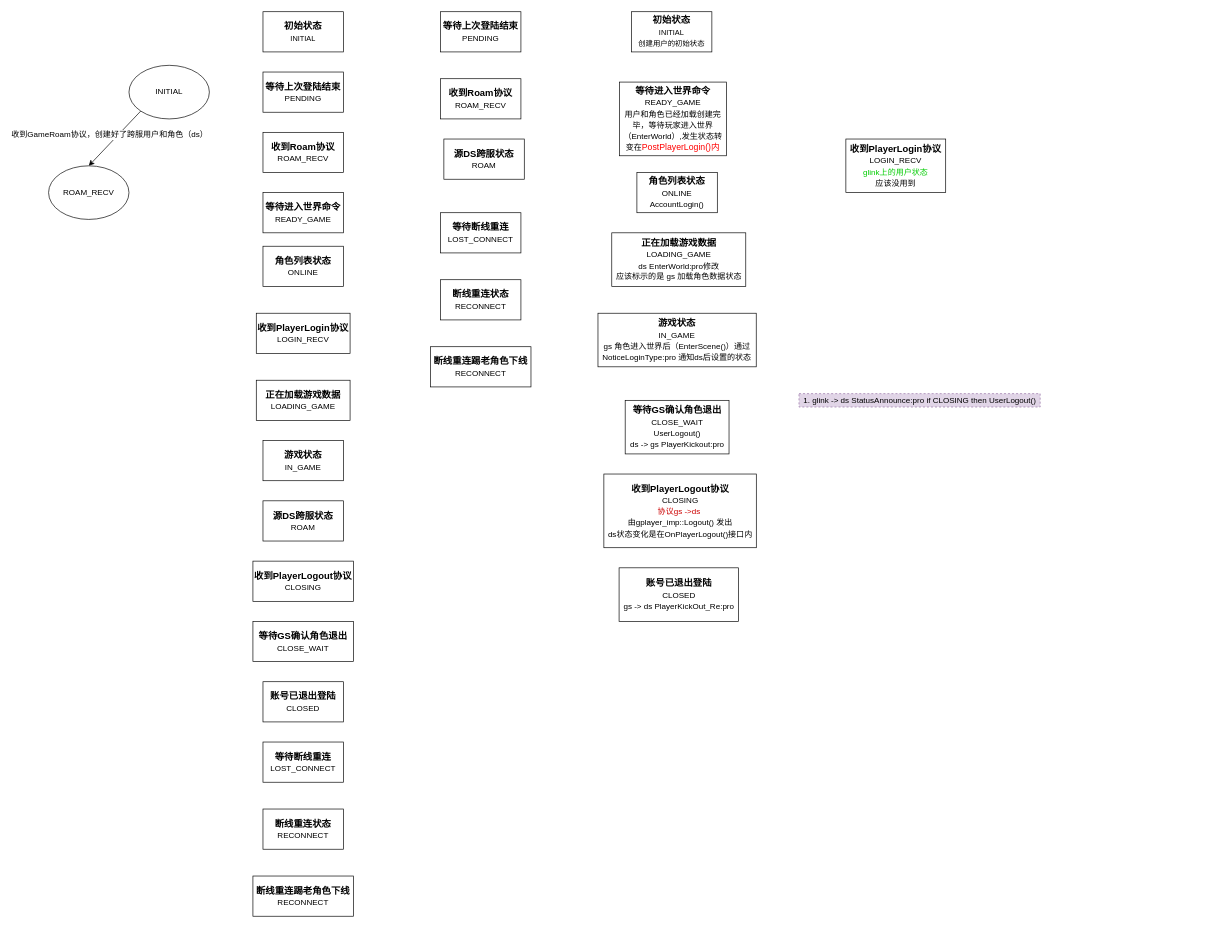
This is page "用户状态机" (11 of 13) of i-server.drawio from hsoul/lqua, a draw.io file, before an edit. Source tidied: cells renumbered, new cells numbered last; positions are measured from the earlier drawing's top-left corner, leaving out a move shared by most shapes. Both pictures are drawn from the tidied source at 67%, with x=0, y=0 at pixel (48, 11).
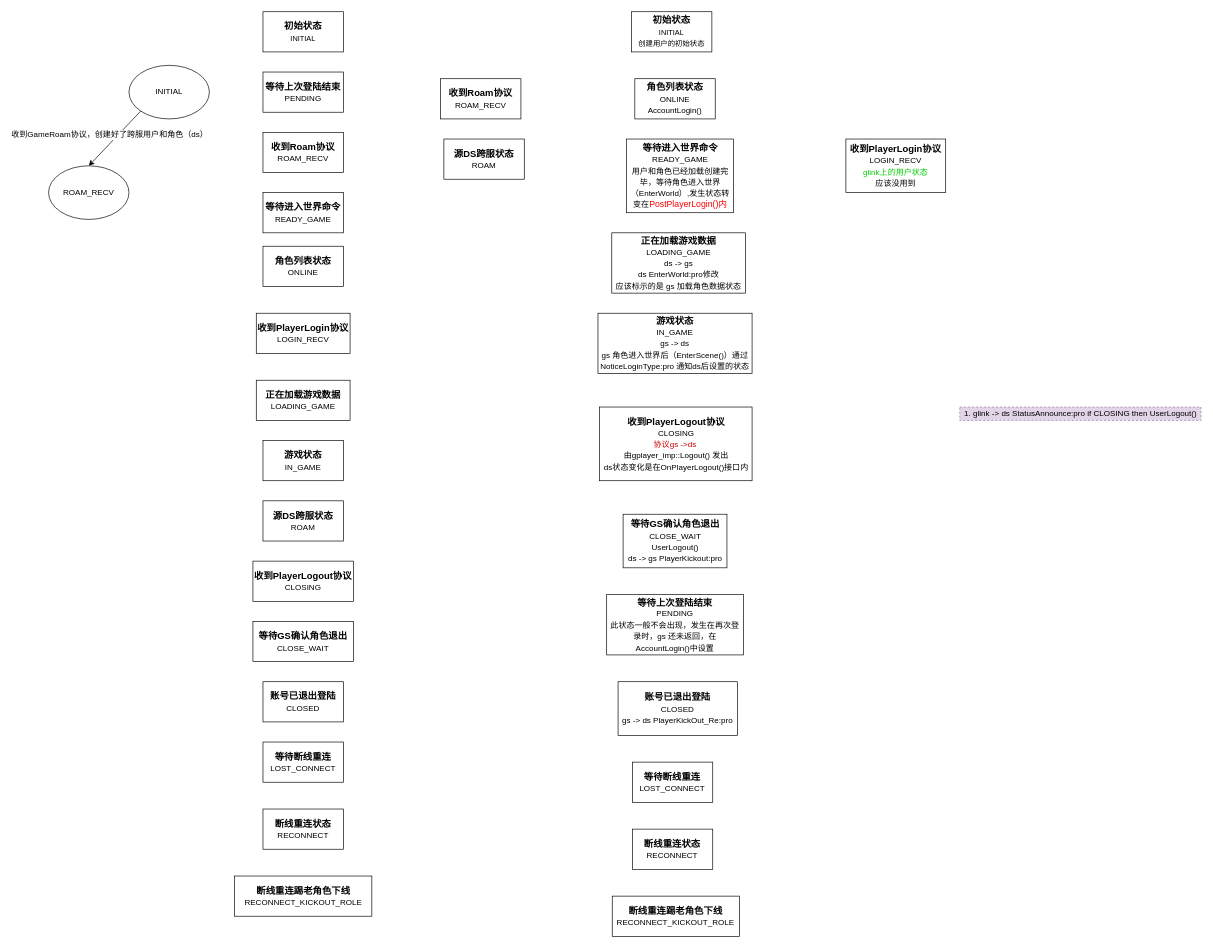
Above is the later version.

What changed in the source:
```diff
@@
-    <mxCell id="16" value="断线重连踢老角色下线&lt;br&gt;&lt;font style=&quot;font-size: 12px ; font-weight: normal&quot;&gt;RECONNECT&lt;/font&gt;" style="rounded=0;whiteSpace=wrap;html=1;sketch=0;fontSize=14;fontStyle=1;" parent="1" vertex="1">
-      <mxGeometry x="305" y="1290" width="150" height="60" as="geometry" />
+    <mxCell id="16" value="断线重连踢老角色下线&lt;br&gt;&lt;font style=&quot;font-size: 12px ; font-weight: normal&quot;&gt;RECONNECT_KICKOUT_ROLE&lt;/font&gt;" style="rounded=0;whiteSpace=wrap;html=1;sketch=0;fontSize=14;fontStyle=1;" parent="1" vertex="1">
+      <mxGeometry x="277.5" y="1290" width="205" height="60" as="geometry" />
     </mxCell>
     <mxCell id="17" value="1. glink -&amp;gt; ds StatusAnnounce:pro if CLOSING then UserLogout()" style="text;html=1;align=center;verticalAlign=middle;fillColor=#e1d5e7;rounded=0;glass=0;sketch=0;dashed=1;strokeColor=#9673a6;" parent="1" vertex="1">
-      <mxGeometry x="1120" y="570" width="360" height="20" as="geometry" />
+      <mxGeometry x="1360" y="590" width="360" height="20" as="geometry" />
     </mxCell>
@@
-    <mxCell id="23" value="等待上次登陆结束&lt;br&gt;&lt;font style=&quot;font-size: 12px ; font-weight: normal&quot;&gt;PENDING&lt;/font&gt;" style="rounded=0;whiteSpace=wrap;html=1;sketch=0;fontSize=14;fontStyle=1;" parent="1" vertex="1">
-      <mxGeometry x="585" width="120" height="60" as="geometry" />
+    <mxCell id="23" value="等待上次登陆结束&lt;br&gt;&lt;font style=&quot;font-size: 12px ; font-weight: normal&quot;&gt;PENDING&lt;br&gt;此状态一般不会出现，发生在再次登录时，gs 还未返回，在AccountLogin()中设置&lt;br&gt;&lt;/font&gt;" style="rounded=0;whiteSpace=wrap;html=1;sketch=0;fontSize=14;fontStyle=1;" parent="1" vertex="1">
+      <mxGeometry x="833" y="870" width="204.1" height="90" as="geometry" />
     </mxCell>
@@
-    <mxCell id="25" value="等待进入世界命令&lt;br&gt;&lt;font style=&quot;font-size: 12px ; font-weight: normal&quot;&gt;READY_GAME&lt;br&gt;用户和角色已经加载创建完毕，等待玩家进入世界（EnterWorld）,发生状态转变在&lt;span style=&quot;color: rgb(255 , 0 , 0) ; font-size: 13px ; text-align: left ; background-color: rgba(255 , 255 , 255 , 0.01)&quot;&gt;PostPlayerLogin()内&lt;/span&gt;&lt;br&gt;&lt;/font&gt;" style="rounded=0;whiteSpace=wrap;html=1;sketch=0;fontSize=14;fontStyle=1;" parent="1" vertex="1">
-      <mxGeometry x="851.9" y="105" width="160" height="110" as="geometry" />
+    <mxCell id="25" value="等待进入世界命令&lt;br&gt;&lt;font style=&quot;font-size: 12px ; font-weight: normal&quot;&gt;READY_GAME&lt;br&gt;用户和角色已经加载创建完毕，等待角色进入世界（EnterWorld）,发生状态转变在&lt;span style=&quot;color: rgb(255 , 0 , 0) ; font-size: 13px ; text-align: left ; background-color: rgba(255 , 255 , 255 , 0.01)&quot;&gt;PostPlayerLogin()内&lt;/span&gt;&lt;br&gt;&lt;/font&gt;" style="rounded=0;whiteSpace=wrap;html=1;sketch=0;fontSize=14;fontStyle=1;" parent="1" vertex="1">
+      <mxGeometry x="862.5" y="190" width="160" height="110" as="geometry" />
     </mxCell>
     <mxCell id="26" value="角色列表状态&lt;br&gt;&lt;font style=&quot;font-size: 12px ; font-weight: normal&quot;&gt;ONLINE&lt;br&gt;AccountLogin()&lt;br&gt;&lt;/font&gt;" style="rounded=0;whiteSpace=wrap;html=1;sketch=0;fontSize=14;fontStyle=1;" parent="1" vertex="1">
-      <mxGeometry x="878.1" y="240" width="120" height="60" as="geometry" />
+      <mxGeometry x="875" y="100" width="120" height="60" as="geometry" />
     </mxCell>
@@
-    <mxCell id="28" value="正在加载游戏数据&lt;br&gt;&lt;font style=&quot;font-size: 12px ; font-weight: normal&quot;&gt;LOADING_GAME&lt;br&gt;ds EnterWorld:pro修改&lt;br&gt;应该标示的是 gs 加载角色数据状态&lt;br&gt;&lt;/font&gt;" style="rounded=0;whiteSpace=wrap;html=1;sketch=0;fontSize=14;fontStyle=1;" parent="1" vertex="1">
-      <mxGeometry x="840.6" y="330" width="200" height="80" as="geometry" />
+    <mxCell id="28" value="正在加载游戏数据&lt;br&gt;&lt;font style=&quot;font-size: 12px ; font-weight: normal&quot;&gt;LOADING_GAME&lt;br&gt;ds -&amp;gt; gs&lt;br&gt;ds EnterWorld:pro修改&lt;br&gt;应该标示的是 gs 加载角色数据状态&lt;br&gt;&lt;/font&gt;" style="rounded=0;whiteSpace=wrap;html=1;sketch=0;fontSize=14;fontStyle=1;" parent="1" vertex="1">
+      <mxGeometry x="840.6" y="330" width="199.4" height="90" as="geometry" />
     </mxCell>
@@
     <mxCell id="30" value="收到PlayerLogout协议&lt;br&gt;&lt;font style=&quot;font-size: 12px ; font-weight: normal&quot;&gt;CLOSING&lt;br&gt;&lt;font color=&quot;#cc0000&quot;&gt;协议gs -&amp;gt;ds&lt;/font&gt;&amp;nbsp; &lt;br&gt;由gplayer_imp::Logout() 发出&lt;br&gt;ds状态变化是在OnPlayerLogout()接口内&lt;br&gt;&lt;/font&gt;" style="rounded=0;whiteSpace=wrap;html=1;sketch=0;fontSize=14;fontStyle=1;" parent="1" vertex="1">
-      <mxGeometry x="828.8" y="690" width="227.5" height="110" as="geometry" />
+      <mxGeometry x="822.5" y="590" width="227.5" height="110" as="geometry" />
     </mxCell>
     <mxCell id="31" value="等待GS确认角色退出&lt;br&gt;&lt;font style=&quot;font-size: 12px ; font-weight: normal&quot;&gt;CLOSE_WAIT&lt;br&gt;UserLogout()&lt;br&gt;ds -&amp;gt; gs PlayerKickout:pro&lt;br&gt;&lt;/font&gt;" style="rounded=0;whiteSpace=wrap;html=1;sketch=0;fontSize=14;fontStyle=1;" parent="1" vertex="1">
-      <mxGeometry x="860.6" y="580" width="155" height="80" as="geometry" />
+      <mxGeometry x="857.5" y="750" width="155" height="80" as="geometry" />
     </mxCell>
     <mxCell id="32" value="账号已退出登陆&lt;br&gt;&lt;font style=&quot;font-size: 12px ; font-weight: normal&quot;&gt;CLOSED&lt;br&gt;gs -&amp;gt; ds PlayerKickOut_Re:pro&lt;br&gt;&lt;/font&gt;" style="rounded=0;whiteSpace=wrap;html=1;sketch=0;fontSize=14;fontStyle=1;" parent="1" vertex="1">
-      <mxGeometry x="851.5" y="830" width="178.1" height="80" as="geometry" />
+      <mxGeometry x="850" y="1000" width="178.1" height="80" as="geometry" />
     </mxCell>
     <mxCell id="33" value="等待断线重连&lt;br&gt;&lt;font style=&quot;font-size: 12px ; font-weight: normal&quot;&gt;LOST_CONNECT&lt;/font&gt;" style="rounded=0;whiteSpace=wrap;html=1;sketch=0;fontSize=14;fontStyle=1;" parent="1" vertex="1">
-      <mxGeometry x="585" y="300" width="120" height="60" as="geometry" />
+      <mxGeometry x="871.3" y="1120" width="120" height="60" as="geometry" />
     </mxCell>
     <mxCell id="34" value="断线重连状态&lt;br&gt;&lt;font style=&quot;font-size: 12px ; font-weight: normal&quot;&gt;RECONNECT&lt;/font&gt;" style="rounded=0;whiteSpace=wrap;html=1;sketch=0;fontSize=14;fontStyle=1;" parent="1" vertex="1">
-      <mxGeometry x="585" y="400" width="120" height="60" as="geometry" />
+      <mxGeometry x="871.3" y="1220" width="120" height="60" as="geometry" />
     </mxCell>
-    <mxCell id="35" value="断线重连踢老角色下线&lt;br&gt;&lt;font style=&quot;font-size: 12px ; font-weight: normal&quot;&gt;RECONNECT&lt;/font&gt;" style="rounded=0;whiteSpace=wrap;html=1;sketch=0;fontSize=14;fontStyle=1;" parent="1" vertex="1">
-      <mxGeometry x="570" y="500" width="150" height="60" as="geometry" />
+    <mxCell id="35" value="断线重连踢老角色下线&lt;br&gt;&lt;font style=&quot;font-size: 12px ; font-weight: normal&quot;&gt;RECONNECT_KICKOUT_ROLE&lt;/font&gt;" style="rounded=0;whiteSpace=wrap;html=1;sketch=0;fontSize=14;fontStyle=1;" parent="1" vertex="1">
+      <mxGeometry x="841.3" y="1320" width="190" height="60" as="geometry" />
     </mxCell>
-    <mxCell id="36" value="游戏状态&lt;br&gt;&lt;font style=&quot;font-size: 12px ; font-weight: normal&quot;&gt;IN_GAME&lt;br&gt;gs 角色进入世界后（EnterScene()）通过NoticeLoginType:pro 通知ds后设置的状态&lt;br&gt;&lt;/font&gt;" style="rounded=0;whiteSpace=wrap;html=1;sketch=0;fontSize=14;fontStyle=1;" parent="1" vertex="1">
-      <mxGeometry x="820" y="450" width="236.2" height="80" as="geometry" />
+    <mxCell id="36" value="游戏状态&lt;br&gt;&lt;font style=&quot;font-size: 12px ; font-weight: normal&quot;&gt;IN_GAME&lt;br&gt;gs -&amp;gt; ds&lt;br&gt;gs 角色进入世界后（EnterScene()）通过NoticeLoginType:pro 通知ds后设置的状态&lt;br&gt;&lt;/font&gt;" style="rounded=0;whiteSpace=wrap;html=1;sketch=0;fontSize=14;fontStyle=1;" parent="1" vertex="1">
+      <mxGeometry x="820" y="450" width="230" height="90" as="geometry" />
     </mxCell>
```
